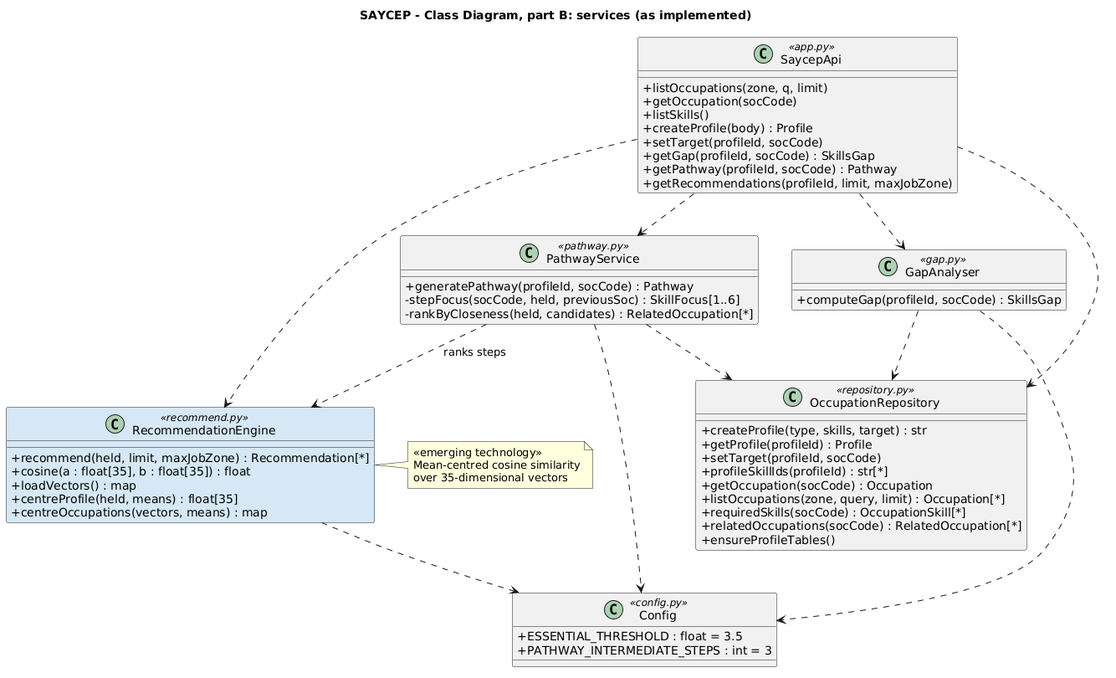
Earlier version of the PlantUML export docs/uml/a3/03b-class-services.png (ShogunLSG/SAYCEP).
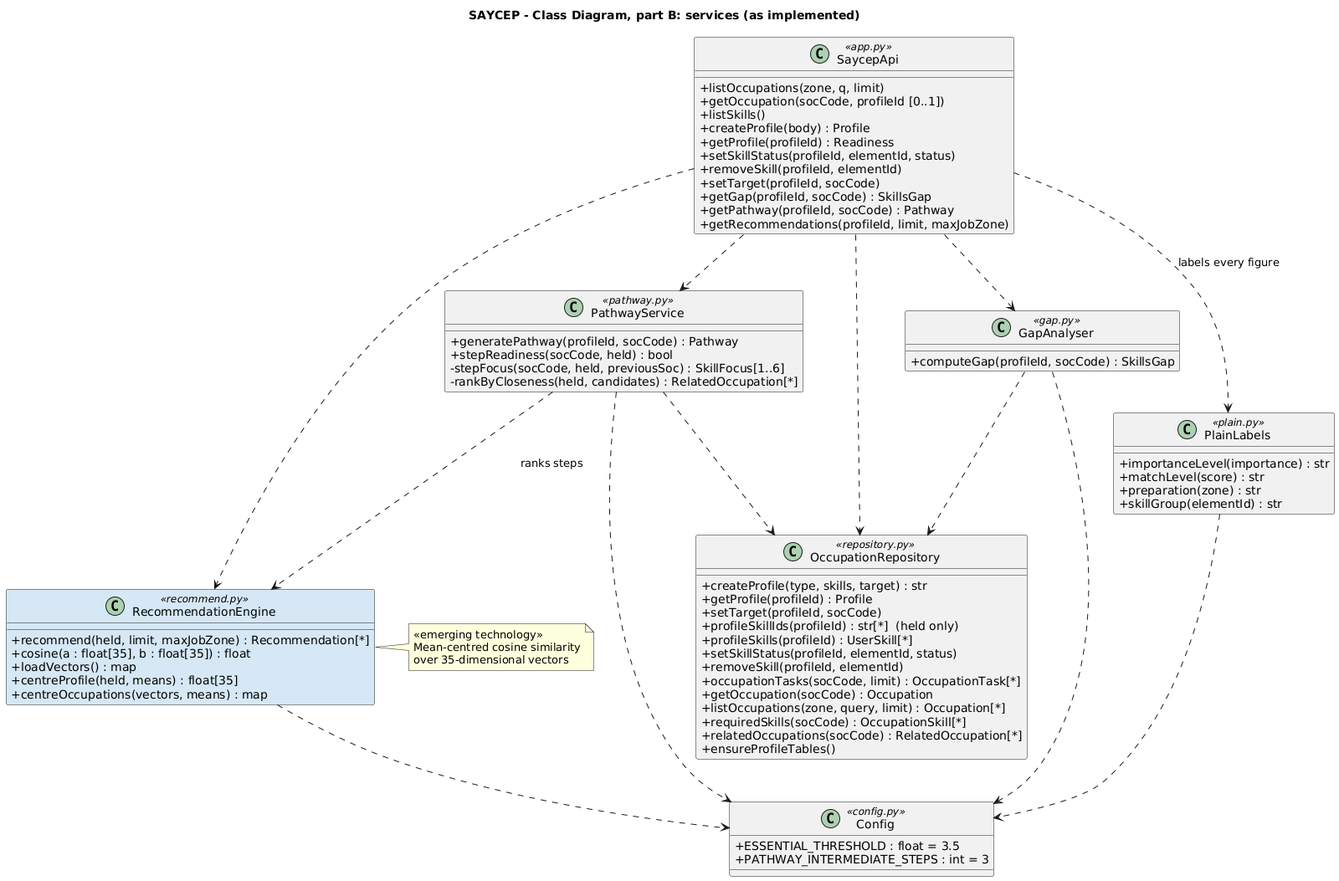
The same file after the commit.

Diff of the diagram source:
```diff
@@ -1,4 +1,4 @@
-@startuml
+@startuml SAYCEP_A3_Class_Services
 title SAYCEP - Class Diagram, part B: services (as implemented)
 skinparam classAttributeIconSize 0
 skinparam shadowing false
@@ -7,9 +7,12 @@
 
 class SaycepApi <<app.py>> {
   + listOccupations(zone, q, limit)
-  + getOccupation(socCode)
+  + getOccupation(socCode, profileId [0..1])
   + listSkills()
   + createProfile(body) : Profile
+  + getProfile(profileId) : Readiness
+  + setSkillStatus(profileId, elementId, status)
+  + removeSkill(profileId, elementId)
   + setTarget(profileId, socCode)
   + getGap(profileId, socCode) : SkillsGap
   + getPathway(profileId, socCode) : Pathway
@@ -20,6 +23,7 @@
 }
 class PathwayService <<pathway.py>> {
   + generatePathway(profileId, socCode) : Pathway
+  + stepReadiness(socCode, held) : bool
   - stepFocus(socCode, held, previousSoc) : SkillFocus[1..6]
   - rankByCloseness(held, candidates) : RelatedOccupation[*]
 }
@@ -34,12 +38,22 @@
   + createProfile(type, skills, target) : str
   + getProfile(profileId) : Profile
   + setTarget(profileId, socCode)
-  + profileSkillIds(profileId) : str[*]
+  + profileSkillIds(profileId) : str[*]  (held only)
+  + profileSkills(profileId) : UserSkill[*]
+  + setSkillStatus(profileId, elementId, status)
+  + removeSkill(profileId, elementId)
+  + occupationTasks(socCode, limit) : OccupationTask[*]
   + getOccupation(socCode) : Occupation
   + listOccupations(zone, query, limit) : Occupation[*]
   + requiredSkills(socCode) : OccupationSkill[*]
   + relatedOccupations(socCode) : RelatedOccupation[*]
   + ensureProfileTables()
+}
+class PlainLabels <<plain.py>> {
+  + importanceLevel(importance) : str
+  + matchLevel(score) : str
+  + preparation(zone) : str
+  + skillGroup(elementId) : str
 }
 class Config <<config.py>> {
   + ESSENTIAL_THRESHOLD : float = 3.5
@@ -50,6 +64,8 @@
 SaycepApi ..> PathwayService
 SaycepApi ..> RecommendationEngine
 SaycepApi ..> OccupationRepository
+SaycepApi ..> PlainLabels : labels every figure
+PlainLabels ..> Config
 PathwayService ..> RecommendationEngine : ranks steps
 PathwayService ..> OccupationRepository
 GapAnalyser ..> OccupationRepository
```
